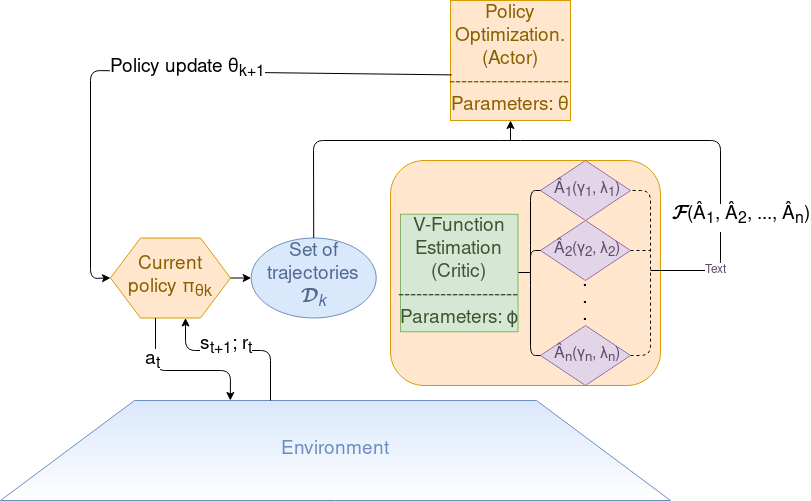
Earlier version of the draw.io export icip/images/model.png (syrma/jot). Source tidied: cells renumbered, new cells last; positions are measured from the earlier drawing's top-left corner, leaving out a move shared by most shapes.
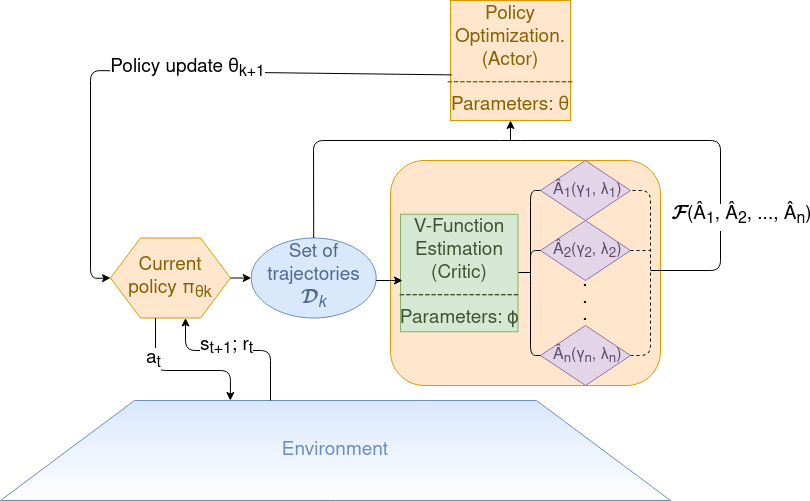
Later version of the same file.

Diff of the diagram source:
```diff
@@ -59,7 +59,7 @@
         </Array>
       </mxGeometry>
     </mxCell>
-    <mxCell id="15" value="&lt;div style=&quot;font-size: 19px&quot;&gt;&lt;font style=&quot;font-size: 19px&quot;&gt;V-Function Estimation&lt;br&gt;&lt;/font&gt;&lt;/div&gt;&lt;div style=&quot;font-size: 19px&quot;&gt;&lt;font style=&quot;font-size: 19px&quot;&gt;(Critic)&lt;/font&gt;&lt;/div&gt;&lt;div style=&quot;font-size: 19px&quot;&gt;&lt;font style=&quot;font-size: 19px&quot;&gt;--------------------&lt;br&gt;&lt;/font&gt;&lt;/div&gt;&lt;div style=&quot;font-size: 19px&quot;&gt;&lt;font style=&quot;font-size: 19px&quot;&gt;Parameters: ϕ&lt;/font&gt;&lt;/div&gt;" style="whiteSpace=wrap;html=1;fillColor=#d5e8d4;strokeColor=#82B366;fontColor=#3D5430;" parent="1" vertex="1">
+    <mxCell id="15" value="&lt;div style=&quot;font-size: 19px&quot;&gt;&lt;font style=&quot;font-size: 19px&quot;&gt;V-Function Estimation&lt;br&gt;&lt;/font&gt;&lt;/div&gt;&lt;div style=&quot;font-size: 19px&quot;&gt;&lt;font style=&quot;font-size: 19px&quot;&gt;(Critic)&lt;/font&gt;&lt;/div&gt;&lt;div style=&quot;font-size: 19px&quot;&gt;&lt;font style=&quot;font-size: 19px&quot;&gt;-------------------&lt;br&gt;&lt;/font&gt;&lt;/div&gt;&lt;div style=&quot;font-size: 19px&quot;&gt;&lt;font style=&quot;font-size: 19px&quot;&gt;Parameters: ϕ&lt;/font&gt;&lt;/div&gt;" style="whiteSpace=wrap;html=1;fillColor=#d5e8d4;strokeColor=#82B366;fontColor=#3D5430;" parent="1" vertex="1">
       <mxGeometry x="400" y="213.8" width="117.5" height="117.5" as="geometry" />
     </mxCell>
     <mxCell id="16" value="&lt;div style=&quot;font-size: 16px&quot;&gt;&amp;nbsp;Â&lt;sub&gt;n&lt;/sub&gt;(γ&lt;sub&gt;n&lt;/sub&gt;, λ&lt;sub&gt;n&lt;/sub&gt;)&lt;/div&gt;" style="rhombus;whiteSpace=wrap;html=1;fillColor=#e1d5e7;strokeColor=#9673a6;fontColor=#614A6B;" parent="1" vertex="1">
@@ -116,9 +116,6 @@
         <mxPoint x="15" as="offset" />
       </mxGeometry>
     </mxCell>
-    <mxCell id="24" value="Text" style="text;html=1;align=center;verticalAlign=middle;labelBackgroundColor=#ffffff;fontColor=#614A6B;" parent="22" vertex="1">
-      <mxGeometry x="0.82" y="-2" relative="1" as="geometry" />
-    </mxCell>
     <mxCell id="25" style="endArrow=classic;html=1;fontSize=14;" parent="1" edge="1" target="12">
       <mxGeometry relative="1" as="geometry">
         <mxPoint x="510" y="140" as="sourcePoint" />
@@ -135,5 +132,10 @@
     <mxCell id="27" value="&lt;font style=&quot;font-size: 19px&quot;&gt;Policy update θ&lt;sub&gt;k+1&lt;/sub&gt;&lt;/font&gt;" style="text;html=1;align=center;verticalAlign=middle;labelBackgroundColor=#ffffff;" parent="26" vertex="1">
       <mxGeometry x="-0.1" y="-3" relative="1" as="geometry" />
     </mxCell>
+    <mxCell id="28" style="endArrow=classic;html=1;entryX=0.017;entryY=0.564;entryDx=0;entryDy=0;entryPerimeter=0;" parent="1" edge="1" target="15">
+      <mxGeometry relative="1" as="geometry">
+        <mxPoint x="375.7" y="280" as="sourcePoint" />
+      </mxGeometry>
+    </mxCell>
   </root>
 </mxGraphModel>
```
